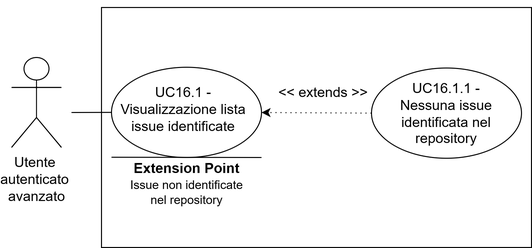
SkarabGroup/DocumentazioneProgetto keeps this draw.io diagram as assets/diagrams/UC16_1.png. Above is the earlier version. Source tidied: cells renumbered, new cells last; positions are measured from the earlier drawing's top-left corner, leaving out a move shared by most shapes. Source of this version:
```xml
<mxGraphModel>
  <root>
    <mxCell id="0" />
    <mxCell id="1" parent="0" />
    <mxCell id="2" value="&lt;font style=&quot;font-size: 14px;&quot;&gt;Utente&lt;/font&gt;&lt;font style=&quot;font-size: 12px;&quot;&gt;&amp;nbsp;&lt;/font&gt;&lt;div&gt;&lt;font style=&quot;&quot;&gt;&lt;font style=&quot;font-size: 14px;&quot;&gt;autenticato&lt;/font&gt;&lt;span style=&quot;font-size: 14px;&quot;&gt;&amp;nbsp;&lt;/span&gt;&lt;/font&gt;&lt;/div&gt;&lt;div&gt;&lt;font style=&quot;font-size: 14px;&quot;&gt;avanzato&lt;/font&gt;&lt;/div&gt;" style="shape=umlActor;verticalLabelPosition=bottom;verticalAlign=top;html=1;" parent="1" vertex="1">
      <mxGeometry y="50" width="50" height="90" as="geometry" />
    </mxCell>
    <mxCell id="3" style="rounded=0;whiteSpace=wrap;html=1;" parent="1" vertex="1">
      <mxGeometry x="90" width="430" height="240" as="geometry" />
    </mxCell>
    <mxCell id="4" style="endArrow=none;html=1;rounded=0;" parent="1" edge="1" target="5">
      <mxGeometry relative="1" as="geometry">
        <mxPoint x="60" y="105" as="sourcePoint" />
      </mxGeometry>
    </mxCell>
    <mxCell id="5" style="ellipse;whiteSpace=wrap;html=1;" parent="1" vertex="1">
      <mxGeometry x="100" y="59.8" width="150" height="90.2" as="geometry" />
    </mxCell>
    <mxCell id="6" value="&lt;font style=&quot;font-size: 14px;&quot;&gt;UC16.1 - Visualizzazione lista issue identificate&lt;/font&gt;" style="text;html=1;whiteSpace=wrap;strokeColor=none;fillColor=none;align=center;verticalAlign=middle;rounded=0;" parent="1" vertex="1">
      <mxGeometry x="100" y="88.1" width="143.8" height="28.8" as="geometry" />
    </mxCell>
    <mxCell id="7" style="endArrow=classic;html=1;rounded=0;" parent="1" edge="1">
      <mxGeometry relative="1" as="geometry">
        <mxPoint x="20" as="sourcePoint" />
        <mxPoint x="20" as="targetPoint" />
      </mxGeometry>
    </mxCell>
    <mxCell id="8" style="endArrow=classic;html=1;rounded=0;exitX=0;exitY=0.5;exitDx=0;exitDy=0;dashed=1;dashPattern=1 4;" parent="1" edge="1" source="10">
      <mxGeometry relative="1" as="geometry">
        <mxPoint x="250" y="105" as="targetPoint" />
      </mxGeometry>
    </mxCell>
    <mxCell id="9" value="&lt;font style=&quot;font-size: 14px;&quot;&gt;&amp;lt;&amp;lt; extends &amp;gt;&amp;gt;&lt;/font&gt;" style="text;html=1;whiteSpace=wrap;strokeColor=none;fillColor=none;align=center;verticalAlign=middle;rounded=0;" parent="1" vertex="1">
      <mxGeometry x="264" y="70" width="96" height="30" as="geometry" />
    </mxCell>
    <mxCell id="10" style="ellipse;whiteSpace=wrap;html=1;" parent="1" vertex="1">
      <mxGeometry x="360" y="60.5" width="150" height="90.2" as="geometry" />
    </mxCell>
    <mxCell id="11" value="&lt;font style=&quot;font-size: 14px;&quot;&gt;UC16.1.1 - Nessuna issue identificata nel repository&lt;/font&gt;" style="text;html=1;whiteSpace=wrap;strokeColor=none;fillColor=none;align=center;verticalAlign=middle;rounded=0;" parent="1" vertex="1">
      <mxGeometry x="376.2" y="89" width="117.5" height="33.2" as="geometry" />
    </mxCell>
    <mxCell id="12" style="endArrow=none;html=1;rounded=0;" parent="1" edge="1">
      <mxGeometry relative="1" as="geometry">
        <mxPoint x="100" y="149.8" as="sourcePoint" />
        <mxPoint x="250" y="150" as="targetPoint" />
      </mxGeometry>
    </mxCell>
    <mxCell id="13" value="&lt;b&gt;&lt;font style=&quot;font-size: 14px;&quot;&gt;Extension Point&lt;/font&gt;&lt;/b&gt;" style="text;html=1;whiteSpace=wrap;strokeColor=none;fillColor=none;align=center;verticalAlign=middle;rounded=0;" parent="1" vertex="1">
      <mxGeometry x="112.5" y="145.8" width="125" height="30" as="geometry" />
    </mxCell>
    <mxCell id="14" value="Issue non identificate nel repository" style="text;html=1;whiteSpace=wrap;strokeColor=none;fillColor=none;align=center;verticalAlign=middle;rounded=0;" parent="1" vertex="1">
      <mxGeometry x="117.5" y="170" width="115" height="30" as="geometry" />
    </mxCell>
  </root>
</mxGraphModel>
```
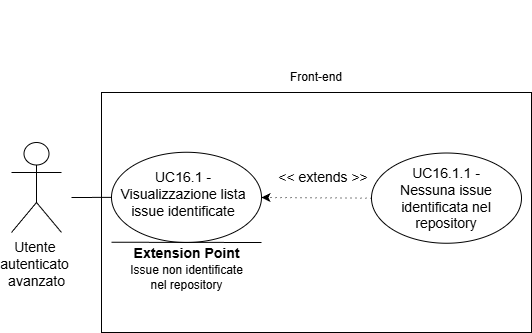
Above is the later version.

What changed in the source:
```diff
@@ -2,49 +2,58 @@
   <root>
     <mxCell id="0" />
     <mxCell id="1" parent="0" />
+    <mxCell id="15" value="Front-end" style="text;html=1;whiteSpace=wrap;strokeColor=none;fillColor=none;align=center;verticalAlign=middle;rounded=0;" parent="1" vertex="1">
+      <mxGeometry x="275" y="-30" width="60" height="30" as="geometry" />
+    </mxCell>
+    <mxCell id="16" style="endArrow=classic;html=1;rounded=0;" parent="1" edge="1">
+      <mxGeometry relative="1" as="geometry">
+        <mxPoint x="14" y="-85" as="sourcePoint" />
+        <mxPoint x="14" y="-85" as="targetPoint" />
+      </mxGeometry>
+    </mxCell>
     <mxCell id="2" value="&lt;font style=&quot;font-size: 14px;&quot;&gt;Utente&lt;/font&gt;&lt;font style=&quot;font-size: 12px;&quot;&gt;&amp;nbsp;&lt;/font&gt;&lt;div&gt;&lt;font style=&quot;&quot;&gt;&lt;font style=&quot;font-size: 14px;&quot;&gt;autenticato&lt;/font&gt;&lt;span style=&quot;font-size: 14px;&quot;&gt;&amp;nbsp;&lt;/span&gt;&lt;/font&gt;&lt;/div&gt;&lt;div&gt;&lt;font style=&quot;font-size: 14px;&quot;&gt;avanzato&lt;/font&gt;&lt;/div&gt;" style="shape=umlActor;verticalLabelPosition=bottom;verticalAlign=top;html=1;" parent="1" vertex="1">
       <mxGeometry y="50" width="50" height="90" as="geometry" />
     </mxCell>
-    <mxCell id="3" style="rounded=0;whiteSpace=wrap;html=1;" parent="1" vertex="1">
-      <mxGeometry x="90" width="430" height="240" as="geometry" />
-    </mxCell>
-    <mxCell id="4" style="endArrow=none;html=1;rounded=0;" parent="1" edge="1" target="5">
-      <mxGeometry relative="1" as="geometry">
-        <mxPoint x="60" y="105" as="sourcePoint" />
-      </mxGeometry>
-    </mxCell>
-    <mxCell id="5" style="ellipse;whiteSpace=wrap;html=1;" parent="1" vertex="1">
-      <mxGeometry x="100" y="59.8" width="150" height="90.2" as="geometry" />
-    </mxCell>
+    <mxCell id="17" style="rounded=0;whiteSpace=wrap;html=1;" parent="1" vertex="1">
+      <mxGeometry x="90" width="430" height="240" as="geometry" />
+    </mxCell>
+    <mxCell id="18" style="endArrow=none;html=1;rounded=0;" parent="1" edge="1" target="19">
+      <mxGeometry relative="1" as="geometry">
+        <mxPoint x="60" y="105" as="sourcePoint" />
+      </mxGeometry>
+    </mxCell>
+    <mxCell id="19" style="ellipse;whiteSpace=wrap;html=1;" parent="1" vertex="1">
+      <mxGeometry x="100" y="59.8" width="150" height="90.2" as="geometry" />
+    </mxCell>
     <mxCell id="6" value="&lt;font style=&quot;font-size: 14px;&quot;&gt;UC16.1 - Visualizzazione lista issue identificate&lt;/font&gt;" style="text;html=1;whiteSpace=wrap;strokeColor=none;fillColor=none;align=center;verticalAlign=middle;rounded=0;" parent="1" vertex="1">
       <mxGeometry x="100" y="88.1" width="143.8" height="28.8" as="geometry" />
     </mxCell>
-    <mxCell id="7" style="endArrow=classic;html=1;rounded=0;" parent="1" edge="1">
-      <mxGeometry relative="1" as="geometry">
-        <mxPoint x="20" as="sourcePoint" />
-        <mxPoint x="20" as="targetPoint" />
-      </mxGeometry>
-    </mxCell>
-    <mxCell id="8" style="endArrow=classic;html=1;rounded=0;exitX=0;exitY=0.5;exitDx=0;exitDy=0;dashed=1;dashPattern=1 4;" parent="1" edge="1" source="10">
-      <mxGeometry relative="1" as="geometry">
-        <mxPoint x="250" y="105" as="targetPoint" />
-      </mxGeometry>
-    </mxCell>
+    <mxCell id="20" style="endArrow=classic;html=1;rounded=0;" parent="1" edge="1">
+      <mxGeometry relative="1" as="geometry">
+        <mxPoint x="20" as="sourcePoint" />
+        <mxPoint x="20" as="targetPoint" />
+      </mxGeometry>
+    </mxCell>
+    <mxCell id="21" style="endArrow=classic;html=1;rounded=0;exitX=0;exitY=0.5;exitDx=0;exitDy=0;dashed=1;dashPattern=1 4;" parent="1" edge="1" source="22">
+      <mxGeometry relative="1" as="geometry">
+        <mxPoint x="250" y="105" as="targetPoint" />
+      </mxGeometry>
+    </mxCell>
     <mxCell id="9" value="&lt;font style=&quot;font-size: 14px;&quot;&gt;&amp;lt;&amp;lt; extends &amp;gt;&amp;gt;&lt;/font&gt;" style="text;html=1;whiteSpace=wrap;strokeColor=none;fillColor=none;align=center;verticalAlign=middle;rounded=0;" parent="1" vertex="1">
       <mxGeometry x="264" y="70" width="96" height="30" as="geometry" />
     </mxCell>
-    <mxCell id="10" style="ellipse;whiteSpace=wrap;html=1;" parent="1" vertex="1">
-      <mxGeometry x="360" y="60.5" width="150" height="90.2" as="geometry" />
-    </mxCell>
+    <mxCell id="22" style="ellipse;whiteSpace=wrap;html=1;" parent="1" vertex="1">
+      <mxGeometry x="360" y="60.5" width="150" height="90.2" as="geometry" />
+    </mxCell>
     <mxCell id="11" value="&lt;font style=&quot;font-size: 14px;&quot;&gt;UC16.1.1 - Nessuna issue identificata nel repository&lt;/font&gt;" style="text;html=1;whiteSpace=wrap;strokeColor=none;fillColor=none;align=center;verticalAlign=middle;rounded=0;" parent="1" vertex="1">
       <mxGeometry x="376.2" y="89" width="117.5" height="33.2" as="geometry" />
     </mxCell>
-    <mxCell id="12" style="endArrow=none;html=1;rounded=0;" parent="1" edge="1">
-      <mxGeometry relative="1" as="geometry">
-        <mxPoint x="100" y="149.8" as="sourcePoint" />
-        <mxPoint x="250" y="150" as="targetPoint" />
-      </mxGeometry>
-    </mxCell>
+    <mxCell id="23" style="endArrow=none;html=1;rounded=0;" parent="1" edge="1">
+      <mxGeometry relative="1" as="geometry">
+        <mxPoint x="100" y="149.8" as="sourcePoint" />
+        <mxPoint x="250" y="150" as="targetPoint" />
+      </mxGeometry>
+    </mxCell>
     <mxCell id="13" value="&lt;b&gt;&lt;font style=&quot;font-size: 14px;&quot;&gt;Extension Point&lt;/font&gt;&lt;/b&gt;" style="text;html=1;whiteSpace=wrap;strokeColor=none;fillColor=none;align=center;verticalAlign=middle;rounded=0;" parent="1" vertex="1">
       <mxGeometry x="112.5" y="145.8" width="125" height="30" as="geometry" />
     </mxCell>
```
